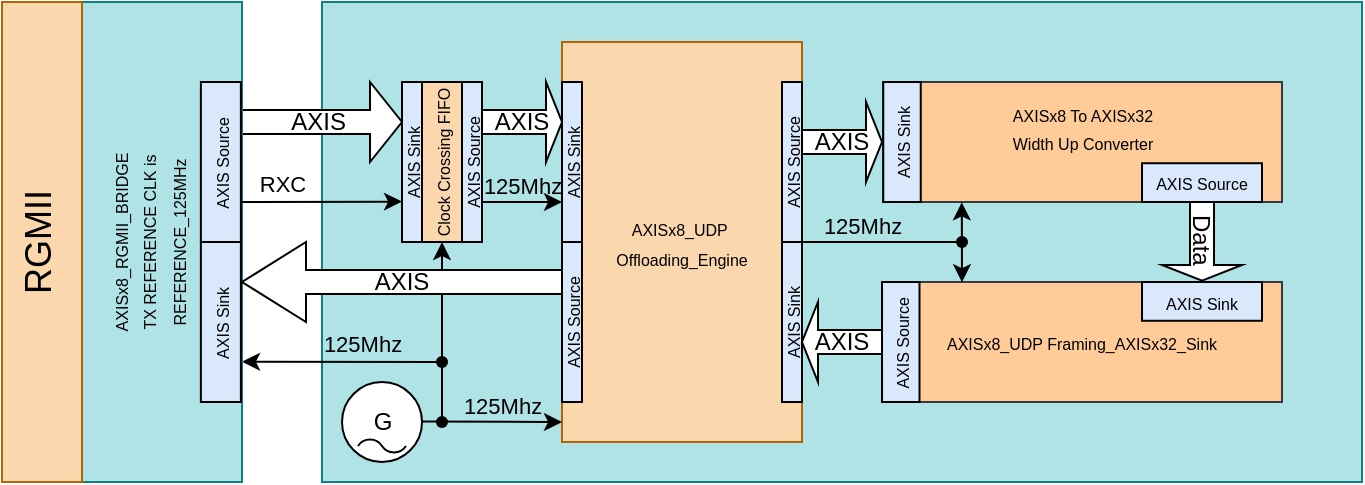
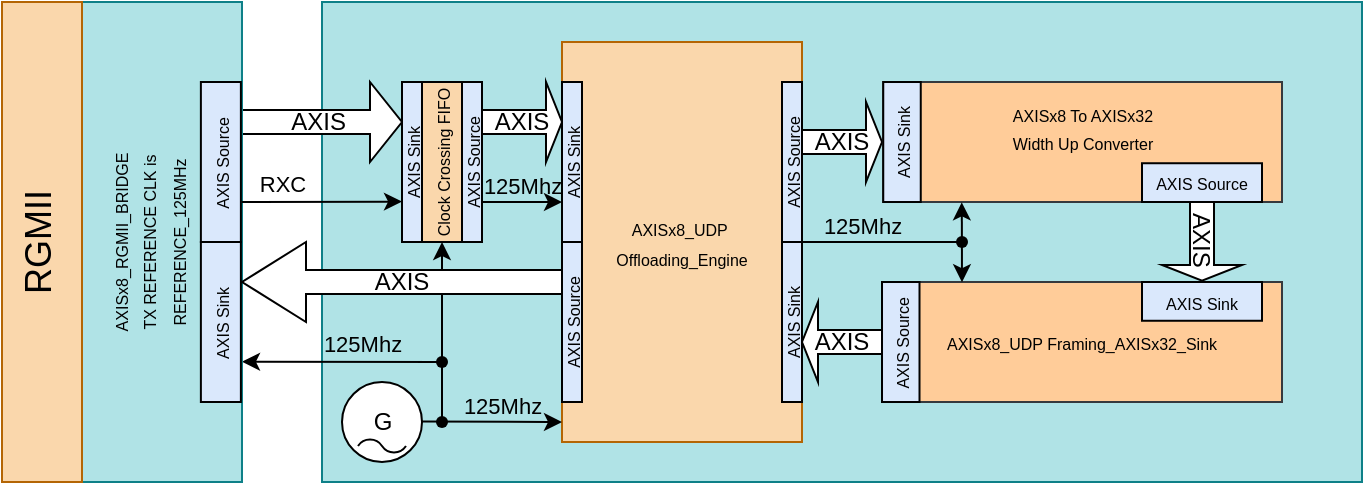
<mxfile host="Electron" agent="Mozilla/5.0 (Windows NT 10.0; Win64; x64) AppleWebKit/537.36 (KHTML, like Gecko) Chrome/147.0.0.0 Safari/537.36 OPR/131.0.0.0">
  <diagram name="Page-1" id="g0-s9DwC3oRhXUgsUFM5">
-     <mxGraphModel dx="1417" dy="828" grid="1" gridSize="10" guides="1" tooltips="1" connect="1" arrows="1" fold="1" page="1" pageScale="1" pageWidth="827" pageHeight="1169" math="0" shadow="0">
+     <mxGraphModel dx="685" dy="400" grid="1" gridSize="10" guides="1" tooltips="1" connect="1" arrows="1" fold="1" page="1" pageScale="1" pageWidth="827" pageHeight="1169" math="0" shadow="0">
      <root>
        <mxCell id="0" />
        <mxCell id="1" parent="0" />
        <mxCell id="wT9U8shtDK8veMdne7O4-1" parent="1" style="rounded=0;whiteSpace=wrap;html=1;fillColor=#b0e3e6;strokeColor=#0e8088;" value="" vertex="1">
          <mxGeometry height="240" width="520" x="240" y="880" as="geometry" />
        </mxCell>
        <mxCell id="l-Vy5mzzBIYiazb95XEs-39" parent="1" style="shape=singleArrow;whiteSpace=wrap;html=1;" value="AXIS&amp;nbsp;" vertex="1">
          <mxGeometry height="40" width="80" x="200" y="920" as="geometry" />
        </mxCell>
        <mxCell id="l-Vy5mzzBIYiazb95XEs-41" edge="1" parent="1" style="endArrow=classic;html=1;rounded=0;labelPosition=center;verticalLabelPosition=middle;align=center;verticalAlign=middle;" value="">
          <mxGeometry height="50" relative="1" width="50" as="geometry">
            <mxPoint x="300" y="1060" as="sourcePoint" />
            <mxPoint x="200" y="1059.85" as="targetPoint" />
          </mxGeometry>
        </mxCell>
        <mxCell id="l-Vy5mzzBIYiazb95XEs-42" parent="1" style="rounded=0;whiteSpace=wrap;html=1;fillColor=#b0e3e6;strokeColor=#0e8088;rotation=-90;" value="&lt;span style=&quot;font-size: 8px;&quot;&gt;AXISx8_RGMII_BRIDGE&lt;/span&gt;&lt;div&gt;&lt;span style=&quot;font-size: 8px;&quot;&gt;TX REFERENCE CLK is&lt;/span&gt;&lt;/div&gt;&lt;div&gt;&lt;span style=&quot;background-color: transparent; font-size: 8px;&quot;&gt;REFERENCE_125MHz&lt;/span&gt;&lt;/div&gt;&lt;div&gt;&lt;span style=&quot;background-color: transparent; font-size: 8px;&quot;&gt;&lt;br&gt;&lt;/span&gt;&lt;/div&gt;" vertex="1">
          <mxGeometry height="80" width="240" x="40" y="960" as="geometry" />
        </mxCell>
        <mxCell id="l-Vy5mzzBIYiazb95XEs-43" parent="1" style="rounded=0;whiteSpace=wrap;html=1;fillColor=#fad7ac;strokeColor=#b46504;" value="&lt;span style=&quot;font-size: 8px;&quot;&gt;AXISx8_UDP&amp;nbsp;&lt;/span&gt;&lt;div&gt;&lt;span style=&quot;font-size: 8px;&quot;&gt;Offloading_Engine&lt;/span&gt;&lt;/div&gt;" vertex="1">
          <mxGeometry height="200" width="120" x="360" y="900" as="geometry" />
        </mxCell>
        <mxCell id="l-Vy5mzzBIYiazb95XEs-44" parent="1" style="rounded=0;whiteSpace=wrap;html=1;fillColor=#ffcc99;strokeColor=#36393d;" value="&lt;span style=&quot;font-size: 8px;&quot;&gt;AXISx8_UDP Framing_AXISx32_Sink&lt;/span&gt;" vertex="1">
          <mxGeometry height="60" width="200" x="520" y="1020" as="geometry" />
        </mxCell>
        <mxCell id="l-Vy5mzzBIYiazb95XEs-45" parent="1" style="shape=singleArrow;whiteSpace=wrap;html=1;" value="AXIS" vertex="1">
          <mxGeometry height="40" width="40" x="480" y="930" as="geometry" />
        </mxCell>
        <mxCell id="l-Vy5mzzBIYiazb95XEs-46" parent="1" style="shape=singleArrow;direction=west;whiteSpace=wrap;html=1;" value="AXIS" vertex="1">
          <mxGeometry height="40" width="40" x="480" y="1030" as="geometry" />
        </mxCell>
        <mxCell id="l-Vy5mzzBIYiazb95XEs-51" parent="1" style="rounded=0;whiteSpace=wrap;html=1;textDirection=vertical-rl;rotation=-180;fillColor=#fad7ac;strokeColor=#b46504;fontSize=18;" value="RGMII" vertex="1">
          <mxGeometry height="240" width="40" x="80" y="880" as="geometry" />
        </mxCell>
        <mxCell id="l-Vy5mzzBIYiazb95XEs-52" edge="1" parent="1" style="endArrow=classic;html=1;rounded=0;exitX=1;exitY=0.4;exitDx=0;exitDy=0;exitPerimeter=0;labelPosition=center;verticalLabelPosition=top;align=center;verticalAlign=bottom;" value="">
          <mxGeometry height="50" relative="1" width="50" as="geometry">
            <Array as="points" />
            <mxPoint x="200" y="979.97" as="sourcePoint" />
            <mxPoint x="280" y="979.8" as="targetPoint" />
          </mxGeometry>
        </mxCell>
        <mxCell id="l-Vy5mzzBIYiazb95XEs-53" connectable="0" parent="l-Vy5mzzBIYiazb95XEs-52" style="edgeLabel;html=1;align=center;verticalAlign=bottom;resizable=0;points=[];labelBackgroundColor=none;labelBorderColor=none;labelPosition=center;verticalLabelPosition=top;" value="RXC" vertex="1">
          <mxGeometry relative="1" x="-0.695" y="-1" as="geometry">
            <mxPoint x="8" y="-1" as="offset" />
          </mxGeometry>
        </mxCell>
        <mxCell id="l-Vy5mzzBIYiazb95XEs-54" parent="1" style="rounded=0;whiteSpace=wrap;html=1;fillColor=#fad7ac;strokeColor=#000000;rotation=-90;" value="&lt;span style=&quot;font-size: 8px;&quot;&gt;Clock Crossing &lt;/span&gt;&lt;span style=&quot;color: light-dark(rgb(0, 0, 0), rgb(255, 255, 255)); background-color: transparent; font-size: 8px;&quot;&gt;FIFO&lt;/span&gt;" vertex="1">
          <mxGeometry height="20" width="80" x="260" y="950" as="geometry" />
        </mxCell>
        <mxCell id="l-Vy5mzzBIYiazb95XEs-55" parent="1" style="rounded=0;whiteSpace=wrap;html=1;fillColor=#dae8fc;strokeColor=#000000;rotation=-90;" value="&lt;span style=&quot;font-size: 8px;&quot;&gt;AXIS Sink&lt;/span&gt;" vertex="1">
          <mxGeometry height="10" width="80" x="245" y="955" as="geometry" />
        </mxCell>
        <mxCell id="l-Vy5mzzBIYiazb95XEs-56" parent="1" style="rounded=0;whiteSpace=wrap;html=1;fillColor=#dae8fc;strokeColor=#000000;rotation=-90;" value="&lt;span style=&quot;font-size: 8px;&quot;&gt;AXIS Source&lt;/span&gt;" vertex="1">
          <mxGeometry height="10" width="80" x="275" y="955" as="geometry" />
        </mxCell>
        <mxCell id="l-Vy5mzzBIYiazb95XEs-57" parent="1" style="shape=singleArrow;whiteSpace=wrap;html=1;" value="AXIS" vertex="1">
          <mxGeometry height="40" width="40" x="320" y="920" as="geometry" />
        </mxCell>
        <mxCell id="l-Vy5mzzBIYiazb95XEs-58" edge="1" parent="1" style="endArrow=classic;html=1;rounded=0;exitX=1;exitY=0.4;exitDx=0;exitDy=0;exitPerimeter=0;labelPosition=center;verticalLabelPosition=top;align=center;verticalAlign=bottom;" value="">
          <mxGeometry height="50" relative="1" width="50" as="geometry">
            <Array as="points" />
            <mxPoint x="320" y="979.97" as="sourcePoint" />
            <mxPoint x="360" y="980" as="targetPoint" />
          </mxGeometry>
        </mxCell>
        <mxCell id="l-Vy5mzzBIYiazb95XEs-59" connectable="0" parent="1" style="edgeLabel;html=1;align=center;verticalAlign=bottom;resizable=0;points=[];labelBackgroundColor=none;labelBorderColor=none;labelPosition=center;verticalLabelPosition=top;fillColor=none;" value="&lt;span&gt;125Mhz&lt;/span&gt;" vertex="1">
          <mxGeometry x="340" y="980" as="geometry" />
        </mxCell>
        <mxCell id="l-Vy5mzzBIYiazb95XEs-60" connectable="0" parent="1" style="edgeLabel;html=1;align=center;verticalAlign=bottom;resizable=0;points=[];labelBackgroundColor=none;labelBorderColor=none;labelPosition=center;verticalLabelPosition=top;fillColor=none;" value="&lt;span&gt;125Mhz&lt;/span&gt;" vertex="1">
          <mxGeometry x="260" y="1059.85" as="geometry" />
        </mxCell>
        <mxCell id="l-Vy5mzzBIYiazb95XEs-61" parent="1" style="dashed=0;outlineConnect=0;align=center;html=1;shape=mxgraph.pid.engines.generator_(ac);fontSize=12;" value="G" vertex="1">
          <mxGeometry height="40" width="40" x="250" y="1070" as="geometry" />
        </mxCell>
        <mxCell id="l-Vy5mzzBIYiazb95XEs-62" parent="1" style="rounded=0;whiteSpace=wrap;html=1;fillColor=#dae8fc;strokeColor=#000000;rotation=-90;" value="&lt;span style=&quot;font-size: 8px;&quot;&gt;AXIS Sink&lt;/span&gt;" vertex="1">
          <mxGeometry height="20" width="80" x="149.44" y="1030" as="geometry" />
        </mxCell>
        <mxCell id="l-Vy5mzzBIYiazb95XEs-63" parent="1" style="rounded=0;whiteSpace=wrap;html=1;fillColor=#dae8fc;strokeColor=#000000;rotation=-90;" value="&lt;span style=&quot;font-size: 8px;&quot;&gt;AXIS Source&lt;/span&gt;" vertex="1">
          <mxGeometry height="20" width="80" x="149.44" y="950" as="geometry" />
        </mxCell>
        <mxCell id="l-Vy5mzzBIYiazb95XEs-64" parent="1" style="rounded=0;whiteSpace=wrap;html=1;fillColor=#dae8fc;strokeColor=#000000;rotation=-90;" value="&lt;span style=&quot;font-size: 8px;&quot;&gt;AXIS Sink&lt;/span&gt;" vertex="1">
          <mxGeometry height="10" width="80" x="325" y="955" as="geometry" />
        </mxCell>
        <mxCell id="l-Vy5mzzBIYiazb95XEs-65" parent="1" style="rounded=0;whiteSpace=wrap;html=1;fillColor=#dae8fc;strokeColor=#000000;rotation=-90;" value="&lt;span style=&quot;font-size: 8px;&quot;&gt;AXIS Source&lt;/span&gt;" vertex="1">
          <mxGeometry height="10" width="80" x="325" y="1035" as="geometry" />
        </mxCell>
        <mxCell id="l-Vy5mzzBIYiazb95XEs-66" parent="1" style="rounded=0;whiteSpace=wrap;html=1;fillColor=#dae8fc;strokeColor=#000000;rotation=-90;" value="&lt;span style=&quot;font-size: 8px;&quot;&gt;AXIS Source&lt;/span&gt;" vertex="1">
          <mxGeometry height="10" width="80" x="435" y="955" as="geometry" />
        </mxCell>
        <mxCell id="l-Vy5mzzBIYiazb95XEs-67" parent="1" style="rounded=0;whiteSpace=wrap;html=1;fillColor=#dae8fc;strokeColor=#000000;rotation=-90;" value="&lt;span style=&quot;font-size: 8px;&quot;&gt;AXIS Sink&lt;/span&gt;" vertex="1">
          <mxGeometry height="10" width="80" x="435" y="1035" as="geometry" />
        </mxCell>
        <mxCell id="l-Vy5mzzBIYiazb95XEs-68" connectable="0" parent="1" style="edgeLabel;html=1;align=center;verticalAlign=bottom;resizable=0;points=[];labelBackgroundColor=none;labelBorderColor=none;labelPosition=center;verticalLabelPosition=top;fillColor=none;" value="&lt;span&gt;125Mhz&lt;/span&gt;" vertex="1">
          <mxGeometry x="510" y="1000" as="geometry" />
        </mxCell>
        <mxCell id="l-Vy5mzzBIYiazb95XEs-69" edge="1" parent="1" style="endArrow=classic;html=1;rounded=0;exitX=1;exitY=0.4;exitDx=0;exitDy=0;exitPerimeter=0;" value="">
          <mxGeometry height="50" relative="1" width="50" as="geometry">
            <Array as="points" />
            <mxPoint x="290" y="1089.8" as="sourcePoint" />
            <mxPoint x="360" y="1090" as="targetPoint" />
          </mxGeometry>
        </mxCell>
        <mxCell id="l-Vy5mzzBIYiazb95XEs-70" connectable="0" parent="1" style="edgeLabel;html=1;align=center;verticalAlign=bottom;resizable=0;points=[];labelBackgroundColor=none;labelBorderColor=none;labelPosition=center;verticalLabelPosition=top;fillColor=none;" value="&lt;span&gt;125Mhz&lt;/span&gt;" vertex="1">
          <mxGeometry x="330" y="1090" as="geometry" />
        </mxCell>
        <mxCell id="l-Vy5mzzBIYiazb95XEs-71" edge="1" parent="1" source="l-Vy5mzzBIYiazb95XEs-76" style="endArrow=none;html=1;rounded=0;" value="">
          <mxGeometry height="50" relative="1" width="50" as="geometry">
            <mxPoint x="300" y="1090" as="sourcePoint" />
            <mxPoint x="300" y="1060" as="targetPoint" />
          </mxGeometry>
        </mxCell>
        <mxCell id="l-Vy5mzzBIYiazb95XEs-72" edge="1" parent="1" style="endArrow=none;html=1;rounded=0;" target="l-Vy5mzzBIYiazb95XEs-73" value="">
          <mxGeometry height="50" relative="1" width="50" as="geometry">
            <mxPoint x="300" y="1090" as="sourcePoint" />
            <mxPoint x="300" y="1060" as="targetPoint" />
          </mxGeometry>
        </mxCell>
        <mxCell id="l-Vy5mzzBIYiazb95XEs-73" parent="1" style="shape=waypoint;sketch=0;fillStyle=solid;size=6;pointerEvents=1;points=[];fillColor=none;resizable=0;rotatable=0;perimeter=centerPerimeter;snapToPoint=1;" value="" vertex="1">
          <mxGeometry height="20" width="20" x="290" y="1080" as="geometry" />
        </mxCell>
        <mxCell id="l-Vy5mzzBIYiazb95XEs-74" edge="1" parent="1" style="endArrow=classic;html=1;rounded=0;entryX=0;entryY=0.5;entryDx=0;entryDy=0;" target="l-Vy5mzzBIYiazb95XEs-54" value="">
          <mxGeometry height="50" relative="1" width="50" as="geometry">
            <Array as="points" />
            <mxPoint x="300" y="1060" as="sourcePoint" />
            <mxPoint x="380" y="1060.05" as="targetPoint" />
          </mxGeometry>
        </mxCell>
        <mxCell id="l-Vy5mzzBIYiazb95XEs-75" edge="1" parent="1" source="l-Vy5mzzBIYiazb95XEs-73" style="endArrow=none;html=1;rounded=0;" target="l-Vy5mzzBIYiazb95XEs-76" value="">
          <mxGeometry height="50" relative="1" width="50" as="geometry">
            <mxPoint x="300" y="1090" as="sourcePoint" />
            <mxPoint x="300" y="1060" as="targetPoint" />
          </mxGeometry>
        </mxCell>
        <mxCell id="l-Vy5mzzBIYiazb95XEs-76" parent="1" style="shape=waypoint;sketch=0;fillStyle=solid;size=6;pointerEvents=1;points=[];fillColor=none;resizable=0;rotatable=0;perimeter=centerPerimeter;snapToPoint=1;" value="" vertex="1">
          <mxGeometry height="20" width="20" x="290" y="1050" as="geometry" />
        </mxCell>
        <mxCell id="l-Vy5mzzBIYiazb95XEs-77" parent="1" style="shape=singleArrow;direction=west;whiteSpace=wrap;html=1;" value="AXIS" vertex="1">
          <mxGeometry height="40" width="160" x="200" y="1000" as="geometry" />
        </mxCell>
        <mxCell id="l-Vy5mzzBIYiazb95XEs-78" parent="1" style="rounded=0;whiteSpace=wrap;html=1;fillColor=#dae8fc;strokeColor=#000000;rotation=-90;" value="&lt;span style=&quot;font-size: 8px;&quot;&gt;AXIS Source&lt;/span&gt;" vertex="1">
          <mxGeometry height="18.75" width="60" x="499.38" y="1040.63" as="geometry" />
        </mxCell>
        <mxCell id="wT9U8shtDK8veMdne7O4-3" parent="1" style="rounded=0;whiteSpace=wrap;html=1;fillColor=#ffcc99;strokeColor=#36393d;" value="&lt;span style=&quot;font-size: 8px;&quot;&gt;AXISx8 To AXISx32&lt;/span&gt;&lt;div&gt;&lt;span style=&quot;font-size: 8px;&quot;&gt;&amp;nbsp;Width Up Converter&amp;nbsp;&lt;/span&gt;&lt;/div&gt;&lt;div&gt;&lt;span style=&quot;font-size: 8px;&quot;&gt;&lt;br&gt;&lt;/span&gt;&lt;/div&gt;" vertex="1">
          <mxGeometry height="60" width="199.38" x="520.62" y="920" as="geometry" />
        </mxCell>
        <mxCell id="wT9U8shtDK8veMdne7O4-4" parent="1" style="rounded=0;whiteSpace=wrap;html=1;fillColor=#dae8fc;strokeColor=#000000;rotation=-90;" value="&lt;span style=&quot;font-size: 8px;&quot;&gt;AXIS Sink&lt;/span&gt;" vertex="1">
          <mxGeometry height="18.75" width="60" x="500" y="940.6300000000001" as="geometry" />
        </mxCell>
        <mxCell id="wT9U8shtDK8veMdne7O4-5" parent="1" style="rounded=0;whiteSpace=wrap;html=1;fillColor=#dae8fc;strokeColor=#000000;rotation=0;" value="&lt;span style=&quot;font-size: 8px;&quot;&gt;AXIS Source&lt;/span&gt;" vertex="1">
          <mxGeometry height="19.38" width="60" x="650" y="960.6199999999999" as="geometry" />
        </mxCell>
        <mxCell id="wT9U8shtDK8veMdne7O4-9" parent="1" style="rounded=0;whiteSpace=wrap;html=1;fillColor=#dae8fc;strokeColor=#000000;rotation=0;" value="&lt;span style=&quot;font-size: 8px;&quot;&gt;AXIS Sink&lt;/span&gt;" vertex="1">
          <mxGeometry height="19.38" width="60" x="650" y="1020" as="geometry" />
        </mxCell>
        <mxCell id="wT9U8shtDK8veMdne7O4-14" edge="1" parent="1" style="endArrow=none;html=1;rounded=0;" value="">
          <mxGeometry height="50" relative="1" width="50" as="geometry">
            <mxPoint x="480" y="1000" as="sourcePoint" />
            <mxPoint x="560" y="1000" as="targetPoint" />
          </mxGeometry>
        </mxCell>
-         <mxCell id="wT9U8shtDK8veMdne7O4-15" parent="1" style="shape=singleArrow;whiteSpace=wrap;html=1;rotation=90;" value="&lt;div&gt;Data&lt;/div&gt;" vertex="1">
+         <mxCell id="wT9U8shtDK8veMdne7O4-15" parent="1" style="shape=singleArrow;whiteSpace=wrap;html=1;rotation=90;" value="AXIS" vertex="1">
          <mxGeometry height="40" width="39.37" x="660.32" y="979.68" as="geometry" />
        </mxCell>
        <mxCell id="wT9U8shtDK8veMdne7O4-16" edge="1" parent="1" source="wT9U8shtDK8veMdne7O4-3" style="endArrow=classic;html=1;rounded=0;exitX=0.197;exitY=1.003;exitDx=0;exitDy=0;exitPerimeter=0;entryX=0.2;entryY=0.002;entryDx=0;entryDy=0;entryPerimeter=0;endFill=1;startArrow=classic;startFill=1;" target="l-Vy5mzzBIYiazb95XEs-44" value="">
          <mxGeometry height="50" relative="1" width="50" as="geometry">
            <mxPoint x="560" y="989.68" as="sourcePoint" />
            <mxPoint x="560" y="1009.68" as="targetPoint" />
          </mxGeometry>
        </mxCell>
        <mxCell id="wT9U8shtDK8veMdne7O4-20" parent="1" style="shape=waypoint;sketch=0;fillStyle=solid;size=6;pointerEvents=1;points=[];fillColor=none;resizable=0;rotatable=0;perimeter=centerPerimeter;snapToPoint=1;" value="" vertex="1">
          <mxGeometry height="20" width="20" x="550" y="990" as="geometry" />
        </mxCell>
      </root>
    </mxGraphModel>
  </diagram>
</mxfile>
